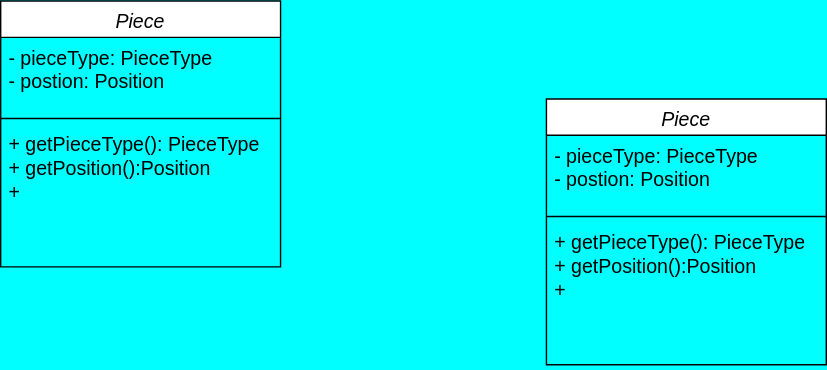
Before: lld/class_diagrams/chess.drawio.svg, a diagram exported from draw.io (nityabhaskar21/java_projects). Source tidied: cells renumbered, new cells last; positions are measured from the earlier drawing's top-left corner, leaving out a move shared by most shapes.
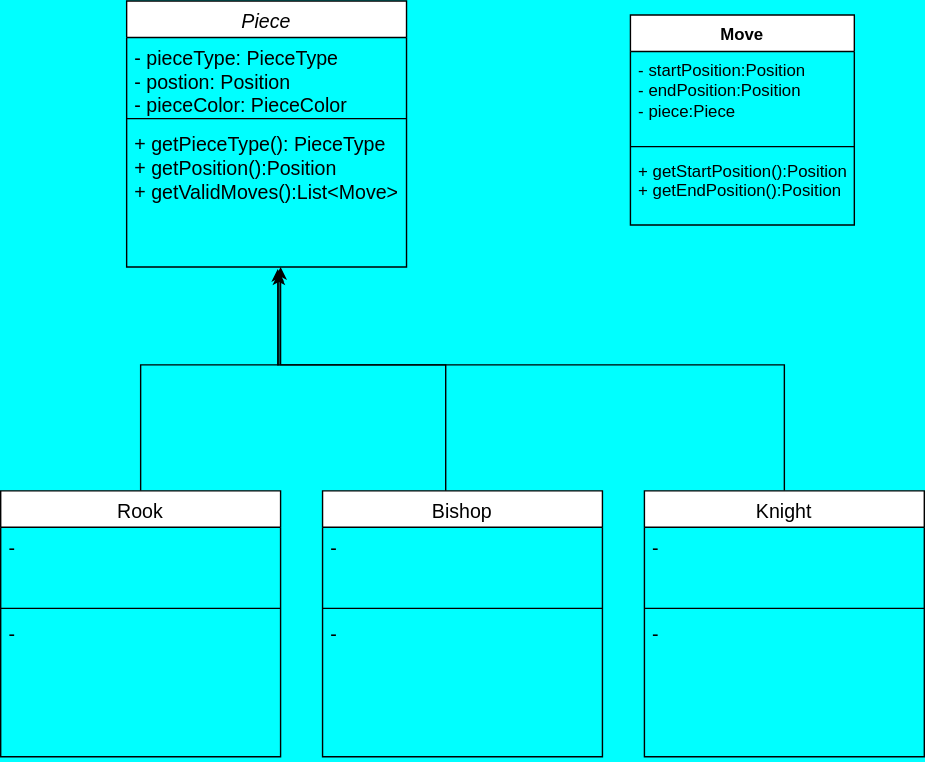
Later version of the same file.

Change to the diagram source:
```diff
@@ -3,28 +3,89 @@
     <mxCell id="0" />
     <mxCell id="1" parent="0" />
     <mxCell id="2" value="&lt;i&gt;Piece&lt;/i&gt;" style="swimlane;fontStyle=0;align=center;verticalAlign=top;horizontal=1;startSize=26;whiteSpace=wrap;html=1;fontSize=14;fontFamily=Helvetica;" parent="1" vertex="1">
-      <mxGeometry width="200" height="190" as="geometry" />
+      <mxGeometry x="-40" width="200" height="190" as="geometry" />
     </mxCell>
-    <mxCell id="3" value="&lt;font&gt;- pieceType: PieceType&lt;/font&gt;&lt;div&gt;&lt;font&gt;- postion: Position&lt;/font&gt;&lt;/div&gt;" style="text;strokeColor=none;fillColor=none;align=left;verticalAlign=top;spacingLeft=4;spacingRight=4;overflow=hidden;whiteSpace=wrap;html=1;fontSize=14;fontFamily=Helvetica;fontStyle=0;" parent="2" vertex="1">
+    <mxCell id="3" value="&lt;font&gt;- pieceType: PieceType&lt;/font&gt;&lt;div&gt;&lt;font&gt;- postion: Position&lt;/font&gt;&lt;/div&gt;&lt;div&gt;&lt;font&gt;- pieceColor: PieceColor&lt;/font&gt;&lt;/div&gt;" style="text;strokeColor=none;fillColor=none;align=left;verticalAlign=top;spacingLeft=4;spacingRight=4;overflow=hidden;whiteSpace=wrap;html=1;fontSize=14;fontFamily=Helvetica;fontStyle=0;" parent="2" vertex="1">
       <mxGeometry y="26" width="200" height="54" as="geometry" />
     </mxCell>
     <mxCell id="4" style="line;strokeWidth=1;fillColor=none;align=left;verticalAlign=middle;spacingTop=-1;spacingLeft=3;spacingRight=3;labelPosition=right;strokeColor=inherit;fontSize=14;fontFamily=Helvetica;fontStyle=0;" parent="2" vertex="1">
       <mxGeometry y="80" width="200" height="8" as="geometry" />
     </mxCell>
-    <mxCell id="5" value="+ getPieceType(): PieceType&lt;div style=&quot;font-size: 14px;&quot;&gt;+ getPosition():Position&lt;/div&gt;&lt;div style=&quot;font-size: 14px;&quot;&gt;+&amp;nbsp;&lt;/div&gt;" style="text;strokeColor=none;fillColor=none;align=left;verticalAlign=top;spacingLeft=4;spacingRight=4;overflow=hidden;points=[[0,0.5],[1,0.5]];portConstraint=eastwest;whiteSpace=wrap;html=1;fontSize=14;fontFamily=Helvetica;fontStyle=0;" parent="2" vertex="1">
+    <mxCell id="5" value="+ getPieceType(): PieceType&lt;div style=&quot;font-size: 14px;&quot;&gt;+ getPosition():Position&lt;/div&gt;&lt;div style=&quot;font-size: 14px;&quot;&gt;+ getValidMoves():List&amp;lt;Move&amp;gt;&lt;/div&gt;" style="text;strokeColor=none;fillColor=none;align=left;verticalAlign=top;spacingLeft=4;spacingRight=4;overflow=hidden;points=[[0,0.5],[1,0.5]];portConstraint=eastwest;whiteSpace=wrap;html=1;fontSize=14;fontFamily=Helvetica;fontStyle=0;" parent="2" vertex="1">
       <mxGeometry y="88" width="200" height="102" as="geometry" />
     </mxCell>
+    <mxCell id="10" style="edgeStyle=orthogonalEdgeStyle;rounded=0;jettySize=auto;html=1;exitX=0.5;exitY=0;exitDx=0;exitDy=0;entryX=0.544;entryY=1.037;entryDx=0;entryDy=0;entryPerimeter=0;" parent="1" edge="1" source="6" target="5">
+      <mxGeometry relative="1" as="geometry">
+        <Array as="points">
+          <mxPoint x="-30" y="260" />
+          <mxPoint x="69" y="260" />
+        </Array>
+      </mxGeometry>
+    </mxCell>
-    <mxCell id="6" value="&lt;i&gt;Piece&lt;/i&gt;" style="swimlane;fontStyle=0;align=center;verticalAlign=top;horizontal=1;startSize=26;whiteSpace=wrap;html=1;fontSize=14;fontFamily=Helvetica;" parent="1" vertex="1">
-      <mxGeometry x="390" y="70" width="200" height="190" as="geometry" />
+    <mxCell id="6" value="Rook" style="swimlane;fontStyle=0;align=center;verticalAlign=top;horizontal=1;startSize=26;whiteSpace=wrap;html=1;fontSize=14;fontFamily=Helvetica;" parent="1" vertex="1">
+      <mxGeometry x="-130" y="350" width="200" height="190" as="geometry" />
     </mxCell>
-    <mxCell id="7" value="&lt;font&gt;- pieceType: PieceType&lt;/font&gt;&lt;div&gt;&lt;font&gt;- postion: Position&lt;/font&gt;&lt;/div&gt;" style="text;strokeColor=none;fillColor=none;align=left;verticalAlign=top;spacingLeft=4;spacingRight=4;overflow=hidden;whiteSpace=wrap;html=1;fontSize=14;fontFamily=Helvetica;fontStyle=0;" parent="6" vertex="1">
+    <mxCell id="7" value="-" style="text;strokeColor=none;fillColor=none;align=left;verticalAlign=top;spacingLeft=4;spacingRight=4;overflow=hidden;whiteSpace=wrap;html=1;fontSize=14;fontFamily=Helvetica;fontStyle=0;" parent="6" vertex="1">
       <mxGeometry y="26" width="200" height="54" as="geometry" />
     </mxCell>
     <mxCell id="8" style="line;strokeWidth=1;fillColor=none;align=left;verticalAlign=middle;spacingTop=-1;spacingLeft=3;spacingRight=3;labelPosition=right;strokeColor=inherit;fontSize=14;fontFamily=Helvetica;fontStyle=0;" parent="6" vertex="1">
       <mxGeometry y="80" width="200" height="8" as="geometry" />
     </mxCell>
-    <mxCell id="9" value="+ getPieceType(): PieceType&lt;div style=&quot;font-size: 14px;&quot;&gt;+ getPosition():Position&lt;/div&gt;&lt;div style=&quot;font-size: 14px;&quot;&gt;+&amp;nbsp;&lt;/div&gt;" style="text;strokeColor=none;fillColor=none;align=left;verticalAlign=top;spacingLeft=4;spacingRight=4;overflow=hidden;whiteSpace=wrap;html=1;fontSize=14;fontFamily=Helvetica;fontStyle=0;" parent="6" vertex="1">
+    <mxCell id="9" value="-" style="text;strokeColor=none;fillColor=none;align=left;verticalAlign=top;spacingLeft=4;spacingRight=4;overflow=hidden;whiteSpace=wrap;html=1;fontSize=14;fontFamily=Helvetica;fontStyle=0;" parent="6" vertex="1">
       <mxGeometry y="88" width="200" height="102" as="geometry" />
     </mxCell>
+    <mxCell id="11" style="edgeStyle=orthogonalEdgeStyle;rounded=0;jettySize=auto;html=1;exitX=0.44;exitY=0.003;exitDx=0;exitDy=0;exitPerimeter=0;" parent="1" edge="1" source="12">
+      <mxGeometry relative="1" as="geometry">
+        <mxPoint x="70" y="190" as="targetPoint" />
+        <Array as="points">
+          <mxPoint x="188" y="260" />
+          <mxPoint x="70" y="260" />
+        </Array>
+      </mxGeometry>
+    </mxCell>
+    <mxCell id="12" value="Bishop" style="swimlane;fontStyle=0;align=center;verticalAlign=top;horizontal=1;startSize=26;whiteSpace=wrap;html=1;fontSize=14;fontFamily=Helvetica;" parent="1" vertex="1">
+      <mxGeometry x="100" y="350" width="200" height="190" as="geometry" />
+    </mxCell>
+    <mxCell id="13" value="-" style="text;strokeColor=none;fillColor=none;align=left;verticalAlign=top;spacingLeft=4;spacingRight=4;overflow=hidden;whiteSpace=wrap;html=1;fontSize=14;fontFamily=Helvetica;fontStyle=0;" parent="12" vertex="1">
+      <mxGeometry y="26" width="200" height="54" as="geometry" />
+    </mxCell>
+    <mxCell id="14" style="line;strokeWidth=1;fillColor=none;align=left;verticalAlign=middle;spacingTop=-1;spacingLeft=3;spacingRight=3;labelPosition=right;strokeColor=inherit;fontSize=14;fontFamily=Helvetica;fontStyle=0;" parent="12" vertex="1">
+      <mxGeometry y="80" width="200" height="8" as="geometry" />
+    </mxCell>
+    <mxCell id="15" value="-" style="text;strokeColor=none;fillColor=none;align=left;verticalAlign=top;spacingLeft=4;spacingRight=4;overflow=hidden;whiteSpace=wrap;html=1;fontSize=14;fontFamily=Helvetica;fontStyle=0;" parent="12" vertex="1">
+      <mxGeometry y="88" width="200" height="102" as="geometry" />
+    </mxCell>
+    <mxCell id="16" style="edgeStyle=orthogonalEdgeStyle;rounded=0;jettySize=auto;html=1;entryX=0.54;entryY=1.014;entryDx=0;entryDy=0;entryPerimeter=0;" parent="1" edge="1" source="17" target="5">
+      <mxGeometry relative="1" as="geometry">
+        <Array as="points">
+          <mxPoint x="430" y="260" />
+          <mxPoint x="68" y="260" />
+        </Array>
+      </mxGeometry>
+    </mxCell>
+    <mxCell id="17" value="Knight" style="swimlane;fontStyle=0;align=center;verticalAlign=top;horizontal=1;startSize=26;whiteSpace=wrap;html=1;fontSize=14;fontFamily=Helvetica;" parent="1" vertex="1">
+      <mxGeometry x="330" y="350" width="200" height="190" as="geometry" />
+    </mxCell>
+    <mxCell id="18" value="-" style="text;strokeColor=none;fillColor=none;align=left;verticalAlign=top;spacingLeft=4;spacingRight=4;overflow=hidden;whiteSpace=wrap;html=1;fontSize=14;fontFamily=Helvetica;fontStyle=0;" parent="17" vertex="1">
+      <mxGeometry y="26" width="200" height="54" as="geometry" />
+    </mxCell>
+    <mxCell id="19" style="line;strokeWidth=1;fillColor=none;align=left;verticalAlign=middle;spacingTop=-1;spacingLeft=3;spacingRight=3;labelPosition=right;strokeColor=inherit;fontSize=14;fontFamily=Helvetica;fontStyle=0;" parent="17" vertex="1">
+      <mxGeometry y="80" width="200" height="8" as="geometry" />
+    </mxCell>
+    <mxCell id="20" value="-" style="text;strokeColor=none;fillColor=none;align=left;verticalAlign=top;spacingLeft=4;spacingRight=4;overflow=hidden;whiteSpace=wrap;html=1;fontSize=14;fontFamily=Helvetica;fontStyle=0;" parent="17" vertex="1">
+      <mxGeometry y="88" width="200" height="102" as="geometry" />
+    </mxCell>
+    <mxCell id="21" value="Move" style="swimlane;fontStyle=1;align=center;verticalAlign=top;horizontal=1;startSize=26;whiteSpace=wrap;html=1;" parent="1" vertex="1">
+      <mxGeometry x="320" y="10" width="160" height="150" as="geometry" />
+    </mxCell>
+    <mxCell id="22" value="- startPosition:Position&lt;div&gt;- endPosition:Position&lt;/div&gt;&lt;div&gt;- piece:Piece&lt;/div&gt;" style="text;strokeColor=none;fillColor=none;align=left;verticalAlign=top;spacingLeft=4;spacingRight=4;overflow=hidden;whiteSpace=wrap;html=1;" parent="21" vertex="1">
+      <mxGeometry y="26" width="160" height="64" as="geometry" />
+    </mxCell>
+    <mxCell id="23" style="line;strokeWidth=1;fillColor=none;align=left;verticalAlign=middle;spacingTop=-1;spacingLeft=3;spacingRight=3;labelPosition=right;strokeColor=inherit;" parent="21" vertex="1">
+      <mxGeometry y="90" width="160" height="8" as="geometry" />
+    </mxCell>
+    <mxCell id="24" value="+ getStartPosition():Position&lt;div&gt;+ getEndPosition():Position&lt;/div&gt;" style="text;strokeColor=none;fillColor=none;align=left;verticalAlign=top;spacingLeft=4;spacingRight=4;overflow=hidden;whiteSpace=wrap;html=1;" parent="21" vertex="1">
+      <mxGeometry y="98" width="160" height="52" as="geometry" />
+    </mxCell>
   </root>
 </mxGraphModel>
```
